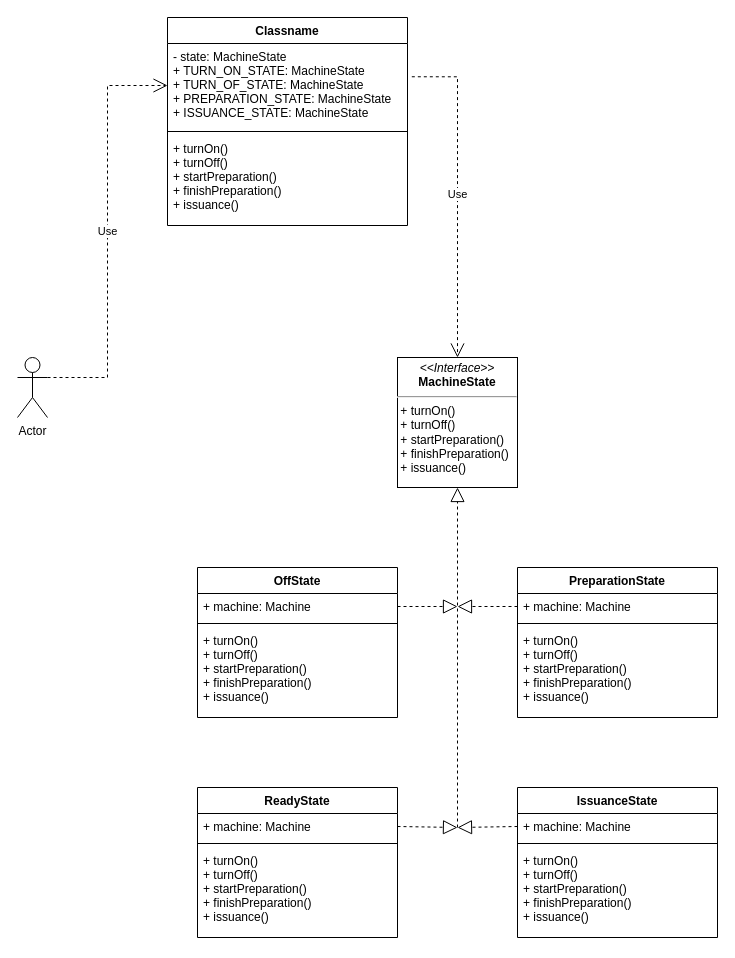
Earlier version of the draw.io diagram src/behavioral/state/state.drawio (SichniyAndriy/Avada_Task-5_Patterns). Source tidied: cells renumbered, new cells numbered last; positions are measured from the earlier drawing's top-left corner, leaving out a move shared by most shapes. Both pictures are drawn from the tidied source at 100%, with x=0, y=0 at pixel (17, 17).
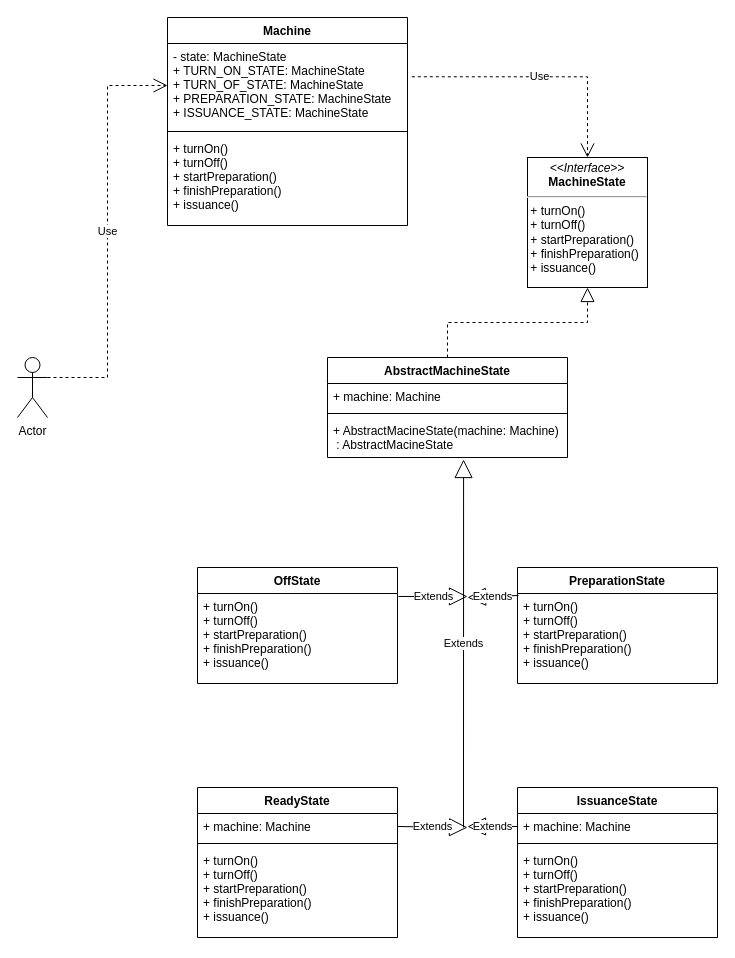
After the change.

Unchanged cells that the change refers to:
```xml
<mxCell id="8" value="+ machine: Machine" style="text;strokeColor=none;fillColor=none;align=left;verticalAlign=top;spacingLeft=4;spacingRight=4;overflow=hidden;points=[[0,0.5],[1,0.5]];portConstraint=eastwest;" parent="7" vertex="1">
  <mxGeometry y="26" width="200" height="26" as="geometry" />
</mxCell>
<mxCell id="16" value="+ machine: Machine" style="text;strokeColor=none;fillColor=none;align=left;verticalAlign=top;spacingLeft=4;spacingRight=4;overflow=hidden;points=[[0,0.5],[1,0.5]];portConstraint=eastwest;" parent="15" vertex="1">
  <mxGeometry y="26" width="200" height="26" as="geometry" />
</mxCell>
```

What changed in the source:
```diff
@@
     <mxCell id="2" value="&lt;p style=&quot;margin:0px;margin-top:4px;text-align:center;&quot;&gt;&lt;i&gt;&amp;lt;&amp;lt;Interface&amp;gt;&amp;gt;&lt;/i&gt;&lt;br&gt;&lt;b&gt;MachineState&lt;/b&gt;&lt;/p&gt;&lt;hr&gt;&amp;nbsp;+ turnOn()&lt;br&gt;&amp;nbsp;+ turnOff()&lt;br&gt;&amp;nbsp;+ startPreparation()&lt;br&gt;&amp;nbsp;+ finishPreparation()&lt;br&gt;&amp;nbsp;+ issuance()" style="verticalAlign=top;align=left;overflow=fill;fontSize=12;fontFamily=Helvetica;html=1;" parent="1" vertex="1">
-      <mxGeometry x="380" y="340" width="120" height="130" as="geometry" />
+      <mxGeometry x="510" y="140" width="120" height="130" as="geometry" />
     </mxCell>
     <mxCell id="3" value="OffState" style="swimlane;fontStyle=1;align=center;verticalAlign=top;horizontal=1;startSize=26;" parent="1" vertex="1">
-      <mxGeometry x="180" y="550" width="200" height="150" as="geometry" />
+      <mxGeometry x="180" y="550" width="200" height="116" as="geometry" />
     </mxCell>
-    <mxCell id="4" value="+ machine: Machine" style="text;strokeColor=none;fillColor=none;align=left;verticalAlign=top;spacingLeft=4;spacingRight=4;overflow=hidden;points=[[0,0.5],[1,0.5]];portConstraint=eastwest;" parent="3" vertex="1">
-      <mxGeometry y="26" width="200" height="26" as="geometry" />
-    </mxCell>
-    <mxCell id="5" style="line;strokeWidth=1;fillColor=none;align=left;verticalAlign=middle;spacingTop=-1;spacingLeft=3;spacingRight=3;labelPosition=right;strokeColor=inherit;" parent="3" vertex="1">
-      <mxGeometry y="52" width="200" height="8" as="geometry" />
-    </mxCell>
     <mxCell id="6" value="+ turnOn()&#10;+ turnOff()&#10;+ startPreparation()&#10;+ finishPreparation()&#10;+ issuance()" style="text;strokeColor=none;fillColor=none;align=left;verticalAlign=top;spacingLeft=4;spacingRight=4;overflow=hidden;points=[[0,0.5],[1,0.5]];portConstraint=eastwest;" parent="3" vertex="1">
-      <mxGeometry y="60" width="200" height="90" as="geometry" />
+      <mxGeometry y="26" width="200" height="90" as="geometry" />
     </mxCell>
@@
     <mxCell id="11" value="PreparationState" style="swimlane;fontStyle=1;align=center;verticalAlign=top;horizontal=1;startSize=26;" parent="1" vertex="1">
-      <mxGeometry x="500" y="550" width="200" height="150" as="geometry" />
+      <mxGeometry x="500" y="550" width="200" height="116" as="geometry" />
     </mxCell>
-    <mxCell id="12" value="+ machine: Machine" style="text;strokeColor=none;fillColor=none;align=left;verticalAlign=top;spacingLeft=4;spacingRight=4;overflow=hidden;points=[[0,0.5],[1,0.5]];portConstraint=eastwest;" parent="11" vertex="1">
-      <mxGeometry y="26" width="200" height="26" as="geometry" />
-    </mxCell>
-    <mxCell id="13" style="line;strokeWidth=1;fillColor=none;align=left;verticalAlign=middle;spacingTop=-1;spacingLeft=3;spacingRight=3;labelPosition=right;strokeColor=inherit;" parent="11" vertex="1">
-      <mxGeometry y="52" width="200" height="8" as="geometry" />
-    </mxCell>
     <mxCell id="14" value="+ turnOn()&#10;+ turnOff()&#10;+ startPreparation()&#10;+ finishPreparation()&#10;+ issuance()" style="text;strokeColor=none;fillColor=none;align=left;verticalAlign=top;spacingLeft=4;spacingRight=4;overflow=hidden;points=[[0,0.5],[1,0.5]];portConstraint=eastwest;" parent="11" vertex="1">
-      <mxGeometry y="60" width="200" height="90" as="geometry" />
+      <mxGeometry y="26" width="200" height="90" as="geometry" />
     </mxCell>
@@
-    <mxCell id="19" style="endArrow=block;dashed=1;endFill=0;endSize=12;html=1;rounded=0;entryX=0.5;entryY=1;entryDx=0;entryDy=0;" parent="1" edge="1" target="2">
-      <mxGeometry relative="1" as="geometry">
-        <mxPoint x="440" y="810" as="sourcePoint" />
-      </mxGeometry>
-    </mxCell>
-    <mxCell id="20" style="endArrow=block;dashed=1;endFill=0;endSize=12;html=1;rounded=0;exitX=0;exitY=0.5;exitDx=0;exitDy=0;" parent="1" edge="1" source="16">
-      <mxGeometry relative="1" as="geometry">
-        <mxPoint x="440" y="810" as="targetPoint" />
-      </mxGeometry>
-    </mxCell>
-    <mxCell id="21" style="endArrow=block;dashed=1;endFill=0;endSize=12;html=1;rounded=0;exitX=1;exitY=0.5;exitDx=0;exitDy=0;" parent="1" edge="1" source="8">
-      <mxGeometry relative="1" as="geometry">
-        <mxPoint x="440" y="810" as="targetPoint" />
-      </mxGeometry>
-    </mxCell>
-    <mxCell id="22" style="endArrow=block;dashed=1;endFill=0;endSize=12;html=1;rounded=0;exitX=1;exitY=0.5;exitDx=0;exitDy=0;" parent="1" edge="1" source="4">
-      <mxGeometry relative="1" as="geometry">
-        <mxPoint x="440" y="589" as="targetPoint" />
-      </mxGeometry>
-    </mxCell>
-    <mxCell id="23" style="endArrow=block;dashed=1;endFill=0;endSize=12;html=1;rounded=0;exitX=0;exitY=0.5;exitDx=0;exitDy=0;" parent="1" edge="1" source="12">
-      <mxGeometry relative="1" as="geometry">
-        <mxPoint x="440" y="589" as="targetPoint" />
-      </mxGeometry>
-    </mxCell>
@@
-    <mxCell id="25" value="Classname" style="swimlane;fontStyle=1;align=center;verticalAlign=top;horizontal=1;startSize=26;" parent="1" vertex="1">
+    <mxCell id="25" value="Machine" style="swimlane;fontStyle=1;align=center;verticalAlign=top;horizontal=1;startSize=26;" parent="1" vertex="1">
       <mxGeometry x="150" width="240" height="208" as="geometry" />
     </mxCell>
@@
+    <mxCell id="31" value="AbstractMachineState" style="swimlane;fontStyle=1;align=center;verticalAlign=top;horizontal=1;startSize=26;" parent="1" vertex="1">
+      <mxGeometry x="310" y="340" width="240" height="100" as="geometry" />
+    </mxCell>
+    <mxCell id="32" value="+ machine: Machine" style="text;strokeColor=none;fillColor=none;align=left;verticalAlign=top;spacingLeft=4;spacingRight=4;overflow=hidden;" parent="31" vertex="1">
+      <mxGeometry y="26" width="240" height="26" as="geometry" />
+    </mxCell>
+    <mxCell id="33" style="line;strokeWidth=1;fillColor=none;align=left;verticalAlign=middle;spacingTop=-1;spacingLeft=3;spacingRight=3;labelPosition=right;strokeColor=inherit;" parent="31" vertex="1">
+      <mxGeometry y="52" width="240" height="8" as="geometry" />
+    </mxCell>
+    <mxCell id="34" value="+ AbstractMacineState(machine: Machine)&#10; : AbstractMacineState" style="text;strokeColor=none;fillColor=none;align=left;verticalAlign=top;spacingLeft=4;spacingRight=4;overflow=hidden;points=[[0,0.5],[1,0.5]];portConstraint=eastwest;" parent="31" vertex="1">
+      <mxGeometry y="60" width="240" height="40" as="geometry" />
+    </mxCell>
+    <mxCell id="35" style="endArrow=block;dashed=1;endFill=0;endSize=12;html=1;rounded=0;exitX=0.5;exitY=0;exitDx=0;exitDy=0;entryX=0.5;entryY=1;entryDx=0;entryDy=0;edgeStyle=orthogonalEdgeStyle;" parent="1" edge="1" source="31" target="2">
+      <mxGeometry relative="1" as="geometry" />
+    </mxCell>
+    <mxCell id="36" value="Extends" style="endArrow=block;endSize=16;endFill=0;html=1;rounded=0;entryX=0.567;entryY=1.05;entryDx=0;entryDy=0;entryPerimeter=0;" parent="1" edge="1" target="34">
+      <mxGeometry relative="1" as="geometry">
+        <mxPoint x="446" y="810" as="sourcePoint" />
+      </mxGeometry>
+    </mxCell>
+    <mxCell id="37" value="Extends" style="endArrow=block;endSize=16;endFill=0;html=1;rounded=0;exitX=1.005;exitY=0.033;exitDx=0;exitDy=0;exitPerimeter=0;" parent="1" edge="1" source="6">
+      <mxGeometry relative="1" as="geometry">
+        <mxPoint x="450" y="579" as="targetPoint" />
+      </mxGeometry>
+    </mxCell>
+    <mxCell id="38" value="Extends" style="endArrow=block;endSize=16;endFill=0;html=1;rounded=0;exitX=1;exitY=0.5;exitDx=0;exitDy=0;" parent="1" edge="1" source="8">
+      <mxGeometry relative="1" as="geometry">
+        <mxPoint x="450" y="810" as="targetPoint" />
+      </mxGeometry>
+    </mxCell>
+    <mxCell id="39" value="Extends" style="endArrow=block;endSize=16;endFill=0;html=1;rounded=0;exitX=0;exitY=0.5;exitDx=0;exitDy=0;" parent="1" edge="1" source="16">
+      <mxGeometry relative="1" as="geometry">
+        <mxPoint x="450" y="809" as="targetPoint" />
+      </mxGeometry>
+    </mxCell>
+    <mxCell id="40" value="Extends" style="endArrow=block;endSize=16;endFill=0;html=1;rounded=0;exitX=0.005;exitY=0.022;exitDx=0;exitDy=0;exitPerimeter=0;" parent="1" edge="1" source="14">
+      <mxGeometry relative="1" as="geometry">
+        <mxPoint x="450" y="580" as="targetPoint" />
+      </mxGeometry>
+    </mxCell>
```
